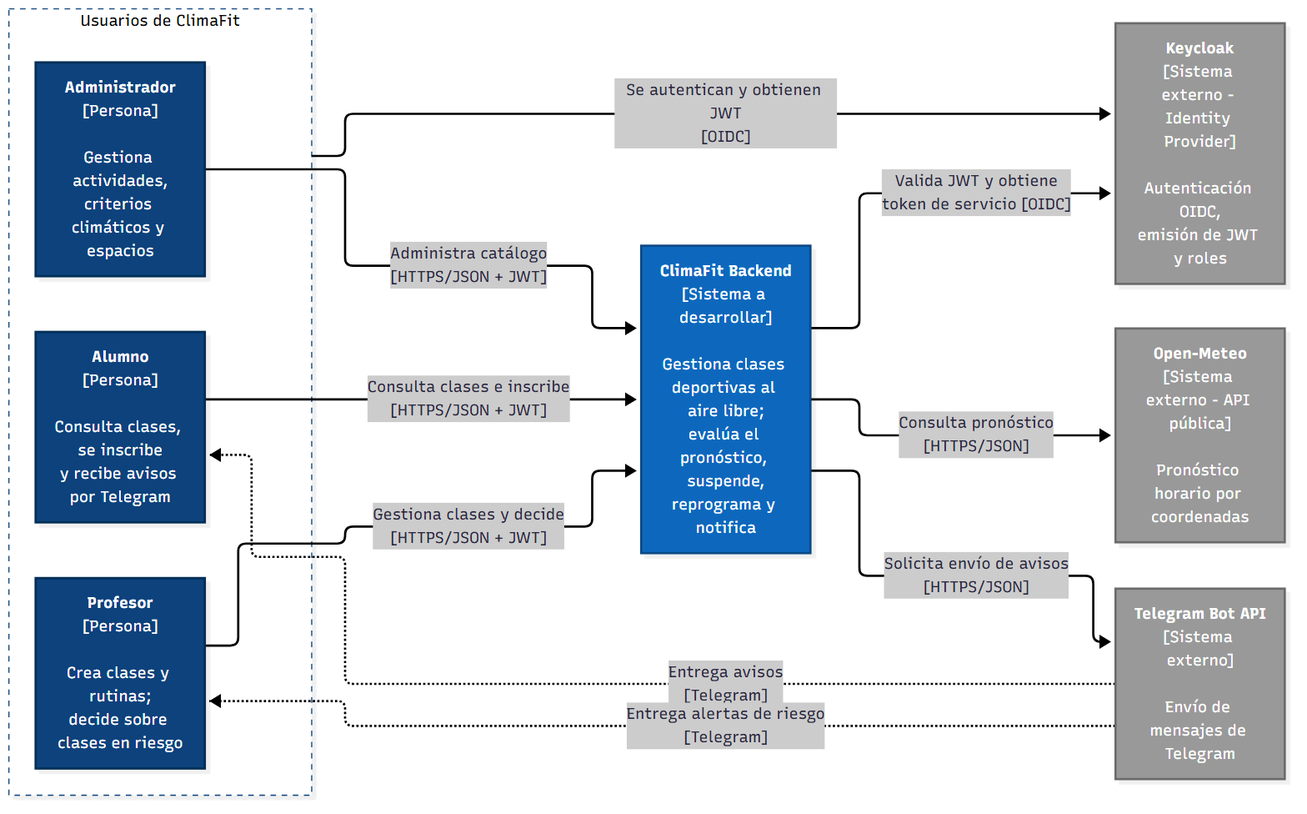
This is docs/diagramas/c4-contexto.png from tomy91449/climafit, a Mermaid export, as it was before one commit. Its source is kept beside it as docs/diagramas/c4-contexto.mmd.
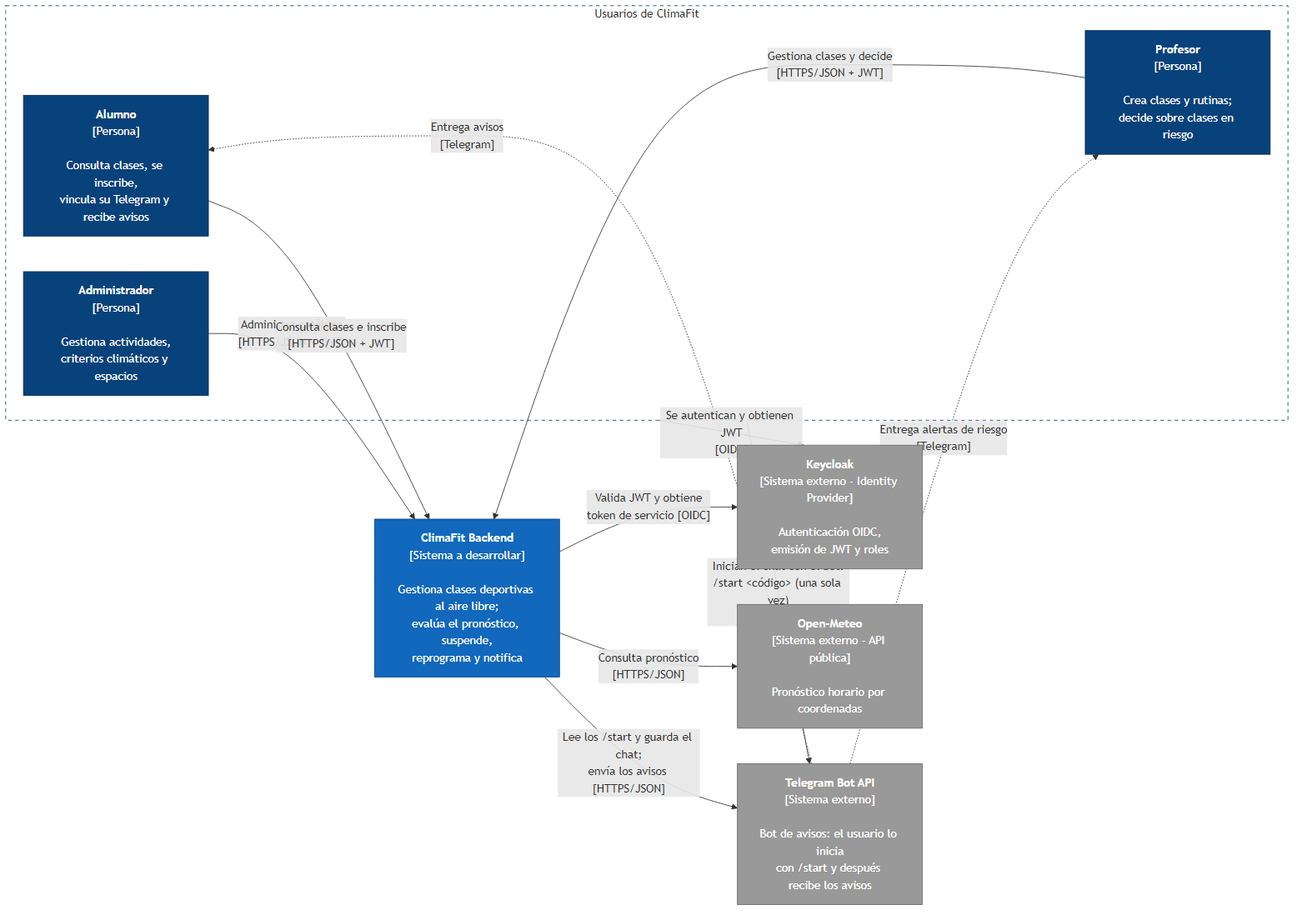
Later version of the same file.

Commit message:
Diagramas: vinculación con Telegram por /start

Diff of the diagram source:
```diff
@@ -1,6 +1,6 @@
 flowchart LR
   subgraph usuarios["Usuarios de ClimaFit"]
-  alumno["<b>Alumno</b><br/>[Persona]<br/><br/>Consulta clases, se inscribe<br/>y recibe avisos por Telegram"]
+  alumno["<b>Alumno</b><br/>[Persona]<br/><br/>Consulta clases, se inscribe,<br/>vincula su Telegram y recibe avisos"]
   profesor["<b>Profesor</b><br/>[Persona]<br/><br/>Crea clases y rutinas;<br/>decide sobre clases en riesgo"]
   admin["<b>Administrador</b><br/>[Persona]<br/><br/>Gestiona actividades,<br/>criterios climáticos y espacios"]
   end
@@ -9,13 +9,14 @@
 
   keycloak["<b>Keycloak</b><br/>[Sistema externo - Identity Provider]<br/><br/>Autenticación OIDC,<br/>emisión de JWT y roles"]
   openmeteo["<b>Open-Meteo</b><br/>[Sistema externo - API pública]<br/><br/>Pronóstico horario por coordenadas"]
-  telegram["<b>Telegram Bot API</b><br/>[Sistema externo]<br/><br/>Envío de mensajes de Telegram"]
+  telegram["<b>Telegram Bot API</b><br/>[Sistema externo]<br/><br/>Bot de avisos: el usuario lo inicia<br/>con /start y después recibe los avisos"]
 
   usuarios -- "Se autentican y obtienen JWT<br/>[OIDC]" --> keycloak
   profesor -- "Gestiona clases y decide<br/>[HTTPS/JSON + JWT]" --> climafit
   admin -- "Administra catálogo<br/>[HTTPS/JSON + JWT]" --> climafit
   alumno -- "Consulta clases e inscribe<br/>[HTTPS/JSON + JWT]" --> climafit
-  climafit -- "Solicita envío de avisos<br/>[HTTPS/JSON]" --> telegram
+  usuarios -- "Inician el chat con el bot:<br/>/start #lt;código#gt; (una sola vez)<br/>[Telegram]" --> telegram
+  climafit -- "Lee los /start y guarda el chat;<br/>envía los avisos [HTTPS/JSON]" --> telegram
   climafit -- "Valida JWT y obtiene<br/>token de servicio [OIDC]" --> keycloak
   climafit -- "Consulta pronóstico<br/>[HTTPS/JSON]" --> openmeteo
   telegram -. "Entrega avisos<br/>[Telegram]" .-> alumno
```
